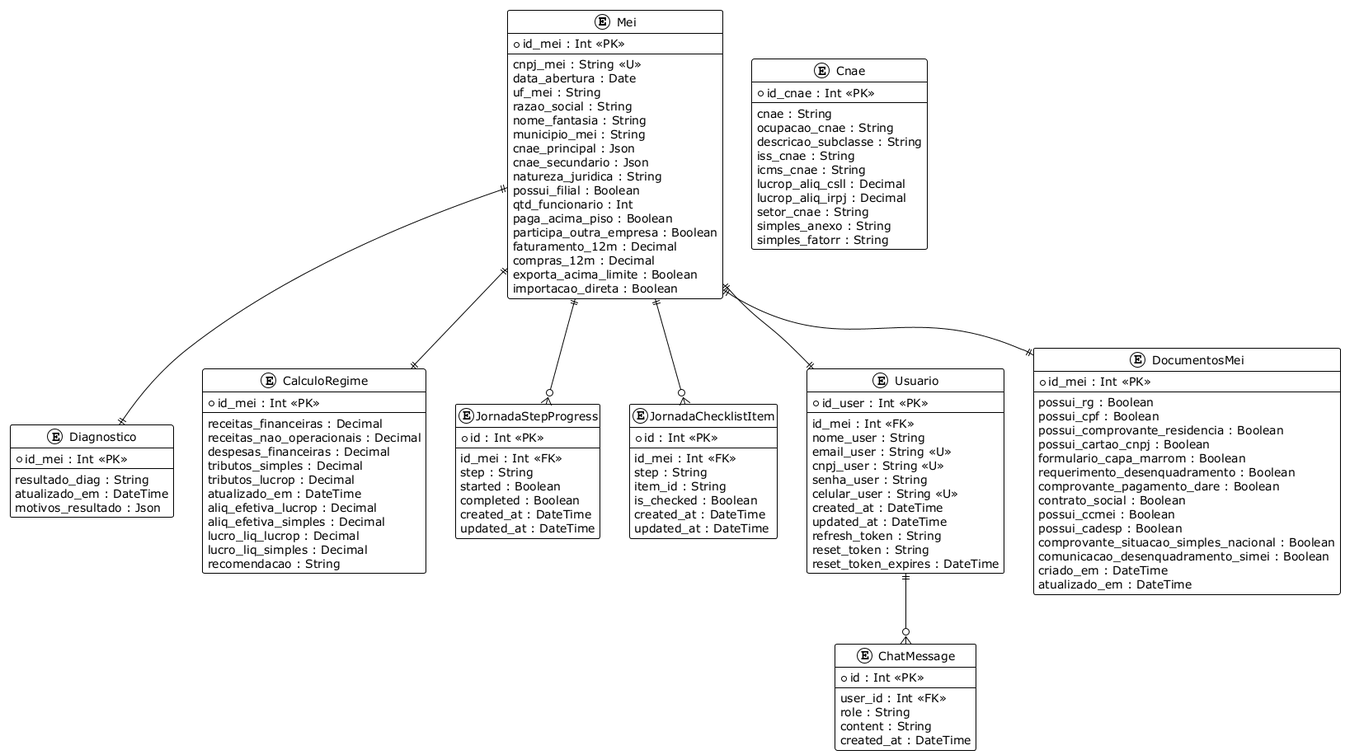
Before: client/docs/uml/diagrama-er-postgres/diagrama-er-postgres.png, a diagram exported from PlantUML (NioDev01/mei-2-me).
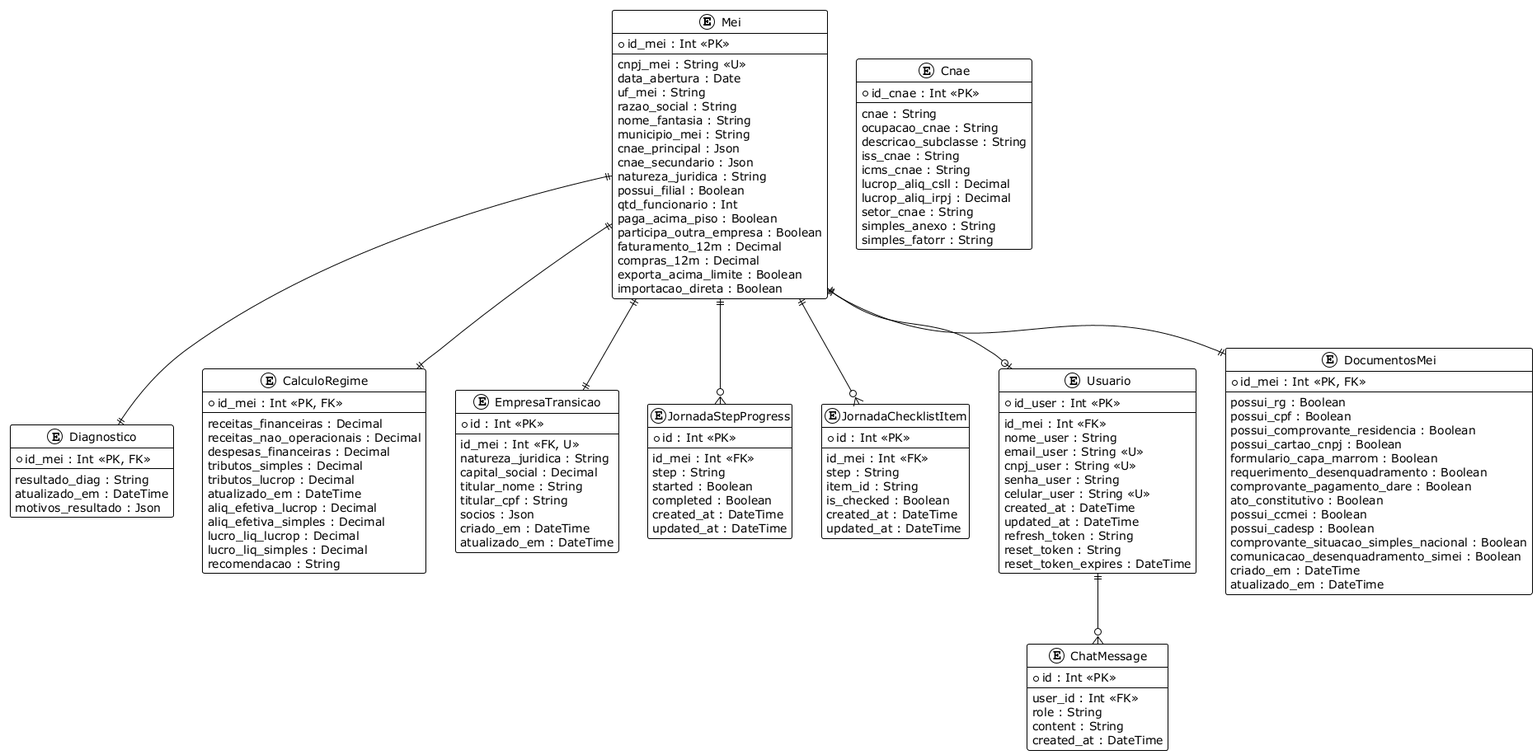
After the commit.

Change to the diagram source:
```diff
@@ -2,6 +2,7 @@
 !theme plain
 hide methods
 hide stereotypes
+
 
 entity Mei {
   +id_mei : Int <<PK>>
@@ -26,30 +27,15 @@
 }
 
 entity Diagnostico {
-  +id_mei : Int <<PK>>
+  +id_mei : Int <<PK, FK>>
   --
   resultado_diag : String
   atualizado_em : DateTime
   motivos_resultado : Json
 }
 
-entity Cnae {
-  +id_cnae : Int <<PK>>
-  --
-  cnae : String
-  ocupacao_cnae : String
-  descricao_subclasse : String
-  iss_cnae : String
-  icms_cnae : String
-  lucrop_aliq_csll : Decimal
-  lucrop_aliq_irpj : Decimal
-  setor_cnae : String
-  simples_anexo : String
-  simples_fatorr : String
-}
-
 entity CalculoRegime {
-  +id_mei : Int <<PK>>
+  +id_mei : Int <<PK, FK>>
   --
   receitas_financeiras : Decimal
   receitas_nao_operacionais : Decimal
@@ -62,6 +48,19 @@
   lucro_liq_lucrop : Decimal
   lucro_liq_simples : Decimal
   recomendacao : String
+}
+
+entity EmpresaTransicao {
+  +id : Int <<PK>>
+  --
+  id_mei : Int <<FK, U>>
+  natureza_juridica : String
+  capital_social : Decimal
+  titular_nome : String
+  titular_cpf : String
+  socios : Json
+  criado_em : DateTime
+  atualizado_em : DateTime
 }
 
 entity JornadaStepProgress {
@@ -103,7 +102,7 @@
 }
 
 entity DocumentosMei {
-  +id_mei : Int <<PK>>
+  +id_mei : Int <<PK, FK>>
   --
   possui_rg : Boolean
   possui_cpf : Boolean
@@ -112,7 +111,7 @@
   formulario_capa_marrom : Boolean
   requerimento_desenquadramento : Boolean
   comprovante_pagamento_dare : Boolean
-  contrato_social : Boolean
+  ato_constitutivo : Boolean
   possui_ccmei : Boolean
   possui_cadesp : Boolean
   comprovante_situacao_simples_nacional : Boolean
@@ -130,13 +129,31 @@
   created_at : DateTime
 }
 
+entity Cnae {
+  +id_cnae : Int <<PK>>
+  --
+  cnae : String
+  ocupacao_cnae : String
+  descricao_subclasse : String
+  iss_cnae : String
+  icms_cnae : String
+  lucrop_aliq_csll : Decimal
+  lucrop_aliq_irpj : Decimal
+  setor_cnae : String
+  simples_anexo : String
+  simples_fatorr : String
+}
+
 
 Mei ||--|| Diagnostico
 Mei ||--|| CalculoRegime
 Mei ||--|| DocumentosMei
+Mei ||--|| EmpresaTransicao
+
 Mei ||--o{ JornadaStepProgress
 Mei ||--o{ JornadaChecklistItem
-Mei ||--|| Usuario
+
+Mei ||--o| Usuario
 
 Usuario ||--o{ ChatMessage
 
```
